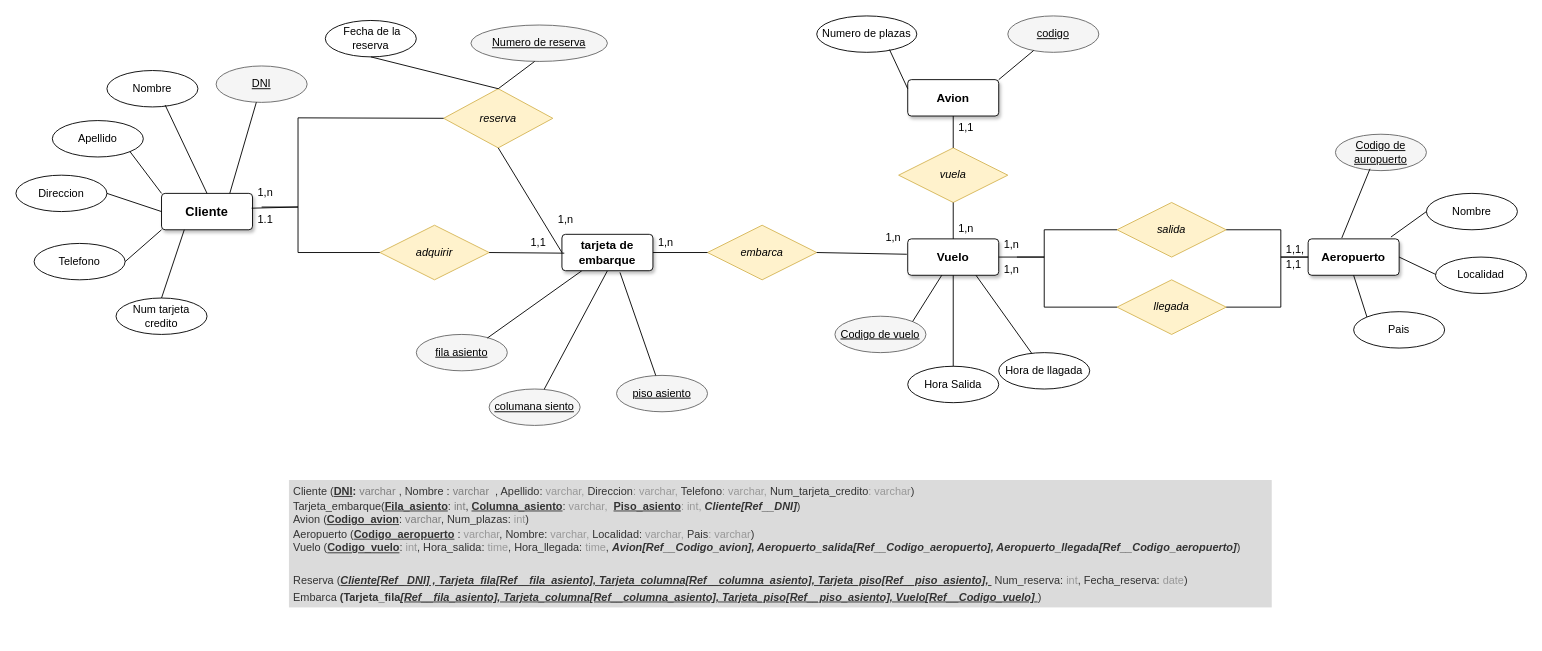
Above: Diagramas/Actividad_08_C3_ED12.drawio in jordimall/jmg-tsys-ta12diagramasER-drawio-111023 (draw.io), before the change. Source tidied: cells renumbered, new cells numbered last; positions are measured from the earlier drawing's top-left corner, leaving out a move shared by most shapes. Both pictures are drawn from the tidied source at 91%, with x=0, y=0 at pixel (15, 15).
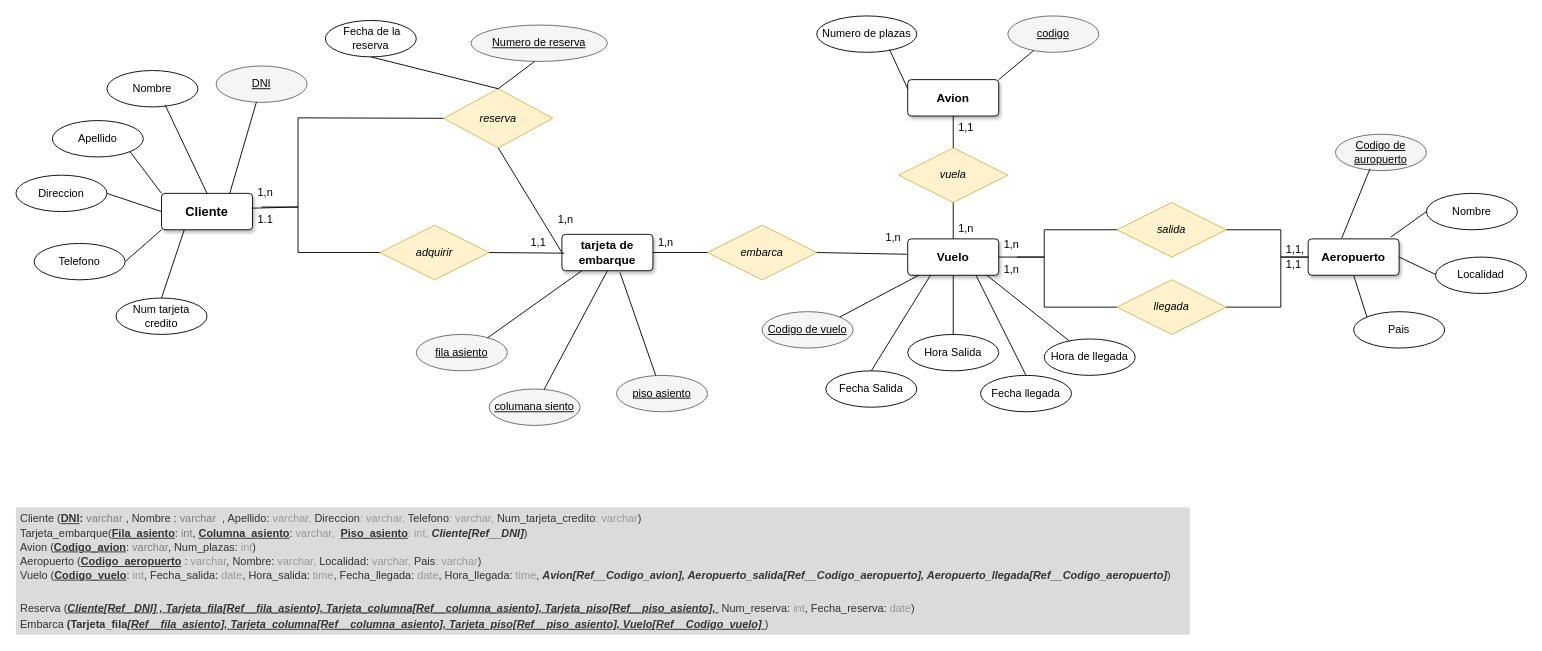
Above is the later version.

Commit message:
Actualizar clase vuelo Actividad_08_C3_ED12.drawio

The change refers to these unchanged cells:
```xml
<mxCell id="2" value="Vuelo" style="rounded=1;arcSize=10;whiteSpace=wrap;html=1;align=center;shadow=1;fontSize=13;fontStyle=1;" parent="1" vertex="1">
  <mxGeometry x="980" y="245" width="100" height="40" as="geometry" />
</mxCell>
```

What changed in the source:
```diff
@@
     <mxCell id="38" value="Codigo de vuelo" style="ellipse;whiteSpace=wrap;html=1;align=center;fontStyle=4;fillColor=#f5f5f5;strokeColor=#666666;" parent="1" vertex="1">
-      <mxGeometry x="900" y="330" width="100" height="40" as="geometry" />
+      <mxGeometry x="820" y="325" width="100" height="40" as="geometry" />
     </mxCell>
     <mxCell id="39" value="Hora Salida" style="ellipse;whiteSpace=wrap;html=1;align=center;" parent="1" vertex="1">
-      <mxGeometry x="980" y="385" width="100" height="40" as="geometry" />
+      <mxGeometry x="980" y="350" width="100" height="40" as="geometry" />
     </mxCell>
-    <mxCell id="40" value="Hora de llagada" style="ellipse;whiteSpace=wrap;html=1;align=center;" parent="1" vertex="1">
-      <mxGeometry x="1080" y="370" width="100" height="40" as="geometry" />
+    <mxCell id="40" value="Hora de llegada" style="ellipse;whiteSpace=wrap;html=1;align=center;" parent="1" vertex="1">
+      <mxGeometry x="1130" y="355" width="100" height="40" as="geometry" />
     </mxCell>
@@
-    <mxCell id="51" style="endArrow=none;html=1;rounded=0;entryX=0.75;entryY=1;entryDx=0;entryDy=0;" parent="1" edge="1" source="40" target="2">
+    <mxCell id="51" style="endArrow=none;html=1;rounded=0;entryX=0.87;entryY=1;entryDx=0;entryDy=0;entryPerimeter=0;" parent="1" edge="1" source="40" target="2">
       <mxGeometry relative="1" as="geometry" />
     </mxCell>
@@
-    <mxCell id="77" value="&lt;h1 style=&quot;line-height: 150%;&quot;&gt;&lt;div style=&quot;border-color: var(--border-color); font-size: 12px; line-height: 130%;&quot;&gt;&lt;font style=&quot;border-color: var(--border-color);&quot;&gt;&lt;span style=&quot;border-color: var(--border-color);&quot;&gt;&lt;span style=&quot;border-color: var(--border-color);&quot;&gt;&lt;span style=&quot;font-weight: 400;&quot;&gt;Cliente (&lt;/span&gt;&lt;u style=&quot;&quot;&gt;DNI&lt;/u&gt;&lt;/span&gt;&lt;span style=&quot;border-color: var(--border-color);&quot;&gt;:&lt;/span&gt;&lt;font style=&quot;font-weight: 400; border-color: var(--border-color);&quot; color=&quot;#808080&quot;&gt;&amp;nbsp;varchar&lt;/font&gt;&lt;span style=&quot;font-weight: 400;&quot;&gt;&amp;nbsp;, Nombre : &lt;font color=&quot;#808080&quot;&gt;varchar&lt;/font&gt;&lt;/span&gt;&lt;span style=&quot;font-weight: 400;&quot;&gt;&amp;nbsp; , Apellido: &lt;font color=&quot;#999999&quot;&gt;varchar, &lt;/font&gt;Direccion&lt;font color=&quot;#999999&quot;&gt;: varchar, &lt;/font&gt;Telefono&lt;font color=&quot;#999999&quot;&gt;: varchar, &lt;/font&gt;Num_tarjeta_credito&lt;font color=&quot;#999999&quot;&gt;: varchar&lt;/font&gt;&lt;/span&gt;&lt;span style=&quot;font-weight: 400;&quot;&gt;)&lt;/span&gt;&lt;br&gt;&lt;/span&gt;&lt;/font&gt;&lt;/div&gt;&lt;div style=&quot;border-color: var(--border-color); font-size: 12px; line-height: 130%;&quot;&gt;&lt;font style=&quot;border-color: var(--border-color);&quot;&gt;&lt;span style=&quot;border-color: var(--border-color);&quot;&gt;&lt;span style=&quot;border-color: var(--border-color);&quot;&gt;&lt;span style=&quot;font-weight: 400;&quot;&gt;Tarjeta_embarque(&lt;/span&gt;&lt;u&gt;Fila_asiento&lt;/u&gt;&lt;/span&gt;&lt;span style=&quot;font-weight: 400; border-color: var(--border-color);&quot;&gt;: &lt;font color=&quot;#808080&quot;&gt;int&lt;/font&gt;&lt;/span&gt;&lt;span style=&quot;border-color: var(--border-color);&quot;&gt;&lt;span style=&quot;font-weight: 400;&quot;&gt;, &lt;/span&gt;&lt;u&gt;Columna_asiento&lt;/u&gt;&lt;span style=&quot;font-weight: 400;&quot;&gt;: &lt;/span&gt;&lt;font style=&quot;font-weight: 400;&quot; color=&quot;#999999&quot;&gt;varchar,&amp;nbsp; &lt;/font&gt;&lt;u&gt;Piso_asiento&lt;/u&gt;&lt;font style=&quot;font-weight: 400;&quot; color=&quot;#999999&quot;&gt;: int, &lt;/font&gt;&lt;i style=&quot;&quot;&gt;Cliente[Ref__DNI]&lt;/i&gt;&lt;/span&gt;&lt;span style=&quot;border-color: var(--border-color);&quot;&gt;&lt;span style=&quot;font-weight: 400;&quot;&gt;)&amp;nbsp;&lt;/span&gt;&lt;/span&gt;&lt;/span&gt;&lt;/font&gt;&lt;/div&gt;&lt;div style=&quot;border-color: var(--border-color); font-size: 12px; line-height: 130%;&quot;&gt;&lt;font style=&quot;border-color: var(--border-color);&quot;&gt;&lt;span style=&quot;border-color: var(--border-color);&quot;&gt;&lt;span style=&quot;font-weight: 400;&quot;&gt;Avion (&lt;/span&gt;&lt;u&gt;Codigo_avion&lt;/u&gt;&lt;/span&gt;&lt;span style=&quot;font-weight: 400;&quot;&gt;: &lt;font color=&quot;#808080&quot;&gt;varchar&lt;/font&gt;&lt;/span&gt;&lt;b style=&quot;font-weight: 400; border-color: var(--border-color);&quot;&gt;,&lt;/b&gt;&lt;span style=&quot;font-weight: 400;&quot;&gt;&amp;nbsp;Num_plazas: &lt;font color=&quot;#999999&quot;&gt;int&lt;/font&gt;&lt;/span&gt;&lt;span style=&quot;font-weight: 400;&quot;&gt;)&amp;nbsp;&lt;/span&gt;&lt;/font&gt;&lt;/div&gt;&lt;div style=&quot;border-color: var(--border-color); font-size: 12px; line-height: 130%;&quot;&gt;&lt;span style=&quot;background-color: initial; font-weight: 400; border-color: var(--border-color);&quot;&gt;Aeropuerto (&lt;/span&gt;&lt;span style=&quot;background-color: initial; border-color: var(--border-color);&quot;&gt;&lt;u&gt;Codigo_aeropuerto&lt;/u&gt;&lt;/span&gt;&lt;span style=&quot;background-color: initial; font-weight: 400; border-color: var(--border-color);&quot;&gt;&amp;nbsp;:&lt;font color=&quot;#999999&quot;&gt;&amp;nbsp;varchar&lt;/font&gt;, Nombre:&lt;font color=&quot;#999999&quot;&gt;&amp;nbsp;varchar, &lt;/font&gt;Localidad:&lt;font color=&quot;#999999&quot;&gt;&amp;nbsp;varchar, &lt;/font&gt;Pais&lt;font color=&quot;#999999&quot;&gt;: varchar&lt;/font&gt;&lt;/span&gt;&lt;span style=&quot;background-color: initial;&quot;&gt;&lt;span style=&quot;font-weight: 400;&quot;&gt;)&lt;/span&gt;&lt;i style=&quot;&quot;&gt;&lt;font style=&quot;&quot; color=&quot;#000000&quot;&gt;&amp;nbsp;&lt;/font&gt;&lt;/i&gt;&lt;/span&gt;&lt;/div&gt;&lt;div style=&quot;border-color: var(--border-color); font-size: 12px; line-height: 130%;&quot;&gt;&lt;span style=&quot;background-color: initial; font-weight: 400;&quot;&gt;Vuelo (&lt;/span&gt;&lt;span style=&quot;background-color: initial;&quot;&gt;&lt;u&gt;Codigo_vuelo&lt;/u&gt;&lt;/span&gt;&lt;span style=&quot;background-color: initial; font-weight: 400;&quot;&gt;: &lt;font color=&quot;#999999&quot;&gt;int&lt;/font&gt;, Hora_salida: &lt;font color=&quot;#999999&quot;&gt;time&lt;/font&gt;, Hora_llegada: &lt;font color=&quot;#999999&quot;&gt;time&lt;/font&gt;, &lt;/span&gt;&lt;span style=&quot;background-color: initial;&quot;&gt;&lt;i&gt;Avion[Ref__Codigo_avion], Aeropuerto_salida[Ref__Codigo_aeropuerto], Aeropuerto_llegada[Ref__Codigo_aeropuerto]&lt;/i&gt;&lt;/span&gt;&lt;span style=&quot;background-color: initial; font-weight: 400;&quot;&gt;)&lt;/span&gt;&lt;/div&gt;&lt;div style=&quot;border-color: var(--border-color); font-weight: 400; font-size: 12px; line-height: 150%;&quot;&gt;&lt;/div&gt;&lt;span style=&quot;border-color: var(--border-color); font-size: 12px;&quot;&gt;&lt;div style=&quot;border-color: var(--border-color); line-height: 150%;&quot;&gt;&lt;font style=&quot;border-color: var(--border-color);&quot;&gt;&lt;b style=&quot;font-style: normal; font-weight: 400; border-color: var(--border-color);&quot;&gt;&lt;br&gt;&lt;/b&gt;&lt;/font&gt;&lt;/div&gt;&lt;div style=&quot;border-color: var(--border-color); line-height: 150%;&quot;&gt;&lt;font style=&quot;border-color: var(--border-color);&quot;&gt;&lt;b style=&quot;font-style: normal; font-weight: 400; border-color: var(--border-color);&quot;&gt;Reserva (&lt;/b&gt;&lt;span style=&quot;border-color: var(--border-color);&quot;&gt;&lt;i&gt;&lt;u&gt;Cliente&lt;/u&gt;&lt;/i&gt;&lt;/span&gt;&lt;/font&gt;&lt;span style=&quot;font-weight: 400; background-color: initial; border-color: var(--border-color);&quot;&gt;&lt;b style=&quot;border-color: var(--border-color);&quot;&gt;&lt;u style=&quot;&quot;&gt;&lt;i&gt;[Ref_ DNI] , Tarjeta_fila[Ref__fila_asiento], Tarjeta_columna[Ref__columna_asiento], Tarjeta_piso[Ref__piso_asiento],&amp;nbsp;&lt;/i&gt;&lt;/u&gt;&lt;/b&gt;&lt;/span&gt;&lt;span style=&quot;font-weight: 400; background-color: initial;&quot;&gt;&amp;nbsp;Num_reserva: &lt;font color=&quot;#999999&quot;&gt;int&lt;/font&gt;, Fecha_reserva: &lt;font color=&quot;#999999&quot;&gt;date&lt;/font&gt;&lt;/span&gt;&lt;span style=&quot;font-style: normal; font-weight: 400; background-color: initial;&quot;&gt;)&lt;/span&gt;&lt;/div&gt;&lt;div style=&quot;border-color: var(--border-color); line-height: 150%;&quot;&gt;&lt;span style=&quot;font-style: normal;&quot;&gt;&lt;span style=&quot;font-weight: normal;&quot;&gt;Embarca&amp;nbsp;&lt;/span&gt;(Tarjeta_fila&lt;/span&gt;&lt;span style=&quot;background-color: initial; font-weight: normal; border-color: var(--border-color);&quot;&gt;&lt;span style=&quot;border-color: var(--border-color); background-color: initial;&quot;&gt;&lt;i&gt;&lt;b style=&quot;text-decoration-line: underline; border-color: var(--border-color);&quot;&gt;[Ref__fila_asiento], Tarjeta_columna[Ref__columna_asiento], Tarjeta_piso[Ref__piso_asiento], Vuelo&lt;/b&gt;&lt;b style=&quot;text-decoration-line: underline; border-color: var(--border-color);&quot;&gt;[Ref__Codigo_vuelo]&lt;/b&gt;&lt;/i&gt;&lt;/span&gt;&lt;span style=&quot;text-decoration-line: underline; font-style: normal; border-color: var(--border-color); background-color: initial;&quot;&gt;&amp;nbsp;&lt;/span&gt;&lt;/span&gt;&lt;span style=&quot;font-style: normal; background-color: initial; font-weight: normal;&quot;&gt;)&amp;nbsp;&lt;/span&gt;&lt;/div&gt;&lt;/span&gt;&lt;/h1&gt;" style="text;html=1;strokeColor=none;fillColor=#dbdbdb;spacing=5;spacingTop=-20;whiteSpace=wrap;overflow=hidden;rounded=0;fontColor=#333333;" parent="1" vertex="1">
-      <mxGeometry x="300" y="510" width="1080" height="140" as="geometry" />
+    <mxCell id="77" value="&lt;h1 style=&quot;line-height: 150%;&quot;&gt;&lt;div style=&quot;border-color: var(--border-color); font-size: 12px; line-height: 130%;&quot;&gt;&lt;font style=&quot;border-color: var(--border-color);&quot;&gt;&lt;span style=&quot;border-color: var(--border-color);&quot;&gt;&lt;span style=&quot;border-color: var(--border-color);&quot;&gt;&lt;span style=&quot;font-weight: 400;&quot;&gt;Cliente (&lt;/span&gt;&lt;u style=&quot;&quot;&gt;DNI&lt;/u&gt;&lt;/span&gt;&lt;span style=&quot;border-color: var(--border-color);&quot;&gt;:&lt;/span&gt;&lt;font style=&quot;font-weight: 400; border-color: var(--border-color);&quot; color=&quot;#808080&quot;&gt;&amp;nbsp;varchar&lt;/font&gt;&lt;span style=&quot;font-weight: 400;&quot;&gt;&amp;nbsp;, Nombre : &lt;font color=&quot;#808080&quot;&gt;varchar&lt;/font&gt;&lt;/span&gt;&lt;span style=&quot;font-weight: 400;&quot;&gt;&amp;nbsp; , Apellido: &lt;font color=&quot;#999999&quot;&gt;varchar, &lt;/font&gt;Direccion&lt;font color=&quot;#999999&quot;&gt;: varchar, &lt;/font&gt;Telefono&lt;font color=&quot;#999999&quot;&gt;: varchar, &lt;/font&gt;Num_tarjeta_credito&lt;font color=&quot;#999999&quot;&gt;: varchar&lt;/font&gt;&lt;/span&gt;&lt;span style=&quot;font-weight: 400;&quot;&gt;)&lt;/span&gt;&lt;br&gt;&lt;/span&gt;&lt;/font&gt;&lt;/div&gt;&lt;div style=&quot;border-color: var(--border-color); font-size: 12px; line-height: 130%;&quot;&gt;&lt;font style=&quot;border-color: var(--border-color);&quot;&gt;&lt;span style=&quot;border-color: var(--border-color);&quot;&gt;&lt;span style=&quot;border-color: var(--border-color);&quot;&gt;&lt;span style=&quot;font-weight: 400;&quot;&gt;Tarjeta_embarque(&lt;/span&gt;&lt;u&gt;Fila_asiento&lt;/u&gt;&lt;/span&gt;&lt;span style=&quot;font-weight: 400; border-color: var(--border-color);&quot;&gt;: &lt;font color=&quot;#808080&quot;&gt;int&lt;/font&gt;&lt;/span&gt;&lt;span style=&quot;border-color: var(--border-color);&quot;&gt;&lt;span style=&quot;font-weight: 400;&quot;&gt;, &lt;/span&gt;&lt;u&gt;Columna_asiento&lt;/u&gt;&lt;span style=&quot;font-weight: 400;&quot;&gt;: &lt;/span&gt;&lt;font style=&quot;font-weight: 400;&quot; color=&quot;#999999&quot;&gt;varchar,&amp;nbsp; &lt;/font&gt;&lt;u&gt;Piso_asiento&lt;/u&gt;&lt;font style=&quot;font-weight: 400;&quot; color=&quot;#999999&quot;&gt;: int, &lt;/font&gt;&lt;i style=&quot;&quot;&gt;Cliente[Ref__DNI]&lt;/i&gt;&lt;/span&gt;&lt;span style=&quot;border-color: var(--border-color);&quot;&gt;&lt;span style=&quot;font-weight: 400;&quot;&gt;)&amp;nbsp;&lt;/span&gt;&lt;/span&gt;&lt;/span&gt;&lt;/font&gt;&lt;/div&gt;&lt;div style=&quot;border-color: var(--border-color); font-size: 12px; line-height: 130%;&quot;&gt;&lt;font style=&quot;border-color: var(--border-color);&quot;&gt;&lt;span style=&quot;border-color: var(--border-color);&quot;&gt;&lt;span style=&quot;font-weight: 400;&quot;&gt;Avion (&lt;/span&gt;&lt;u&gt;Codigo_avion&lt;/u&gt;&lt;/span&gt;&lt;span style=&quot;font-weight: 400;&quot;&gt;: &lt;font color=&quot;#808080&quot;&gt;varchar&lt;/font&gt;&lt;/span&gt;&lt;b style=&quot;font-weight: 400; border-color: var(--border-color);&quot;&gt;,&lt;/b&gt;&lt;span style=&quot;font-weight: 400;&quot;&gt;&amp;nbsp;Num_plazas: &lt;font color=&quot;#999999&quot;&gt;int&lt;/font&gt;&lt;/span&gt;&lt;span style=&quot;font-weight: 400;&quot;&gt;)&amp;nbsp;&lt;/span&gt;&lt;/font&gt;&lt;/div&gt;&lt;div style=&quot;border-color: var(--border-color); font-size: 12px; line-height: 130%;&quot;&gt;&lt;span style=&quot;background-color: initial; font-weight: 400; border-color: var(--border-color);&quot;&gt;Aeropuerto (&lt;/span&gt;&lt;span style=&quot;background-color: initial; border-color: var(--border-color);&quot;&gt;&lt;u&gt;Codigo_aeropuerto&lt;/u&gt;&lt;/span&gt;&lt;span style=&quot;background-color: initial; font-weight: 400; border-color: var(--border-color);&quot;&gt;&amp;nbsp;:&lt;font color=&quot;#999999&quot;&gt;&amp;nbsp;varchar&lt;/font&gt;, Nombre:&lt;font color=&quot;#999999&quot;&gt;&amp;nbsp;varchar, &lt;/font&gt;Localidad:&lt;font color=&quot;#999999&quot;&gt;&amp;nbsp;varchar, &lt;/font&gt;Pais&lt;font color=&quot;#999999&quot;&gt;: varchar&lt;/font&gt;&lt;/span&gt;&lt;span style=&quot;background-color: initial;&quot;&gt;&lt;span style=&quot;font-weight: 400;&quot;&gt;)&lt;/span&gt;&lt;i style=&quot;&quot;&gt;&lt;font style=&quot;&quot; color=&quot;#000000&quot;&gt;&amp;nbsp;&lt;/font&gt;&lt;/i&gt;&lt;/span&gt;&lt;/div&gt;&lt;div style=&quot;border-color: var(--border-color); font-size: 12px; line-height: 130%;&quot;&gt;&lt;span style=&quot;background-color: initial; font-weight: 400;&quot;&gt;Vuelo (&lt;/span&gt;&lt;span style=&quot;background-color: initial;&quot;&gt;&lt;u&gt;Codigo_vuelo&lt;/u&gt;&lt;/span&gt;&lt;span style=&quot;background-color: initial; font-weight: 400;&quot;&gt;: &lt;font color=&quot;#999999&quot;&gt;int&lt;/font&gt;, Fecha_salida: &lt;font color=&quot;#999999&quot;&gt;date&lt;/font&gt;, Hora_salida: &lt;font color=&quot;#999999&quot;&gt;time&lt;/font&gt;, Fecha_llegada: &lt;font color=&quot;#999999&quot;&gt;date&lt;/font&gt;, Hora_llegada: &lt;font color=&quot;#999999&quot;&gt;time&lt;/font&gt;, &lt;/span&gt;&lt;span style=&quot;background-color: initial;&quot;&gt;&lt;i&gt;Avion[Ref__Codigo_avion], Aeropuerto_salida[Ref__Codigo_aeropuerto], Aeropuerto_llegada[Ref__Codigo_aeropuerto]&lt;/i&gt;&lt;/span&gt;&lt;span style=&quot;background-color: initial; font-weight: 400;&quot;&gt;)&lt;/span&gt;&lt;/div&gt;&lt;div style=&quot;border-color: var(--border-color); font-weight: 400; font-size: 12px; line-height: 150%;&quot;&gt;&lt;/div&gt;&lt;span style=&quot;border-color: var(--border-color); font-size: 12px;&quot;&gt;&lt;div style=&quot;border-color: var(--border-color); line-height: 150%;&quot;&gt;&lt;font style=&quot;border-color: var(--border-color);&quot;&gt;&lt;b style=&quot;font-style: normal; font-weight: 400; border-color: var(--border-color);&quot;&gt;&lt;br&gt;&lt;/b&gt;&lt;/font&gt;&lt;/div&gt;&lt;div style=&quot;border-color: var(--border-color); line-height: 150%;&quot;&gt;&lt;font style=&quot;border-color: var(--border-color);&quot;&gt;&lt;b style=&quot;font-style: normal; font-weight: 400; border-color: var(--border-color);&quot;&gt;Reserva (&lt;/b&gt;&lt;span style=&quot;border-color: var(--border-color);&quot;&gt;&lt;i&gt;&lt;u&gt;Cliente&lt;/u&gt;&lt;/i&gt;&lt;/span&gt;&lt;/font&gt;&lt;span style=&quot;font-weight: 400; background-color: initial; border-color: var(--border-color);&quot;&gt;&lt;b style=&quot;border-color: var(--border-color);&quot;&gt;&lt;u style=&quot;&quot;&gt;&lt;i&gt;[Ref_ DNI] , Tarjeta_fila[Ref__fila_asiento], Tarjeta_columna[Ref__columna_asiento], Tarjeta_piso[Ref__piso_asiento],&amp;nbsp;&lt;/i&gt;&lt;/u&gt;&lt;/b&gt;&lt;/span&gt;&lt;span style=&quot;font-weight: 400; background-color: initial;&quot;&gt;&amp;nbsp;Num_reserva: &lt;font color=&quot;#999999&quot;&gt;int&lt;/font&gt;, Fecha_reserva: &lt;font color=&quot;#999999&quot;&gt;date&lt;/font&gt;&lt;/span&gt;&lt;span style=&quot;font-style: normal; font-weight: 400; background-color: initial;&quot;&gt;)&lt;/span&gt;&lt;/div&gt;&lt;div style=&quot;border-color: var(--border-color); line-height: 150%;&quot;&gt;&lt;span style=&quot;font-style: normal;&quot;&gt;&lt;span style=&quot;font-weight: normal;&quot;&gt;Embarca&amp;nbsp;&lt;/span&gt;(Tarjeta_fila&lt;/span&gt;&lt;span style=&quot;background-color: initial; font-weight: normal; border-color: var(--border-color);&quot;&gt;&lt;span style=&quot;border-color: var(--border-color); background-color: initial;&quot;&gt;&lt;i&gt;&lt;b style=&quot;text-decoration-line: underline; border-color: var(--border-color);&quot;&gt;[Ref__fila_asiento], Tarjeta_columna[Ref__columna_asiento], Tarjeta_piso[Ref__piso_asiento], Vuelo&lt;/b&gt;&lt;b style=&quot;text-decoration-line: underline; border-color: var(--border-color);&quot;&gt;[Ref__Codigo_vuelo]&lt;/b&gt;&lt;/i&gt;&lt;/span&gt;&lt;span style=&quot;text-decoration-line: underline; font-style: normal; border-color: var(--border-color); background-color: initial;&quot;&gt;&amp;nbsp;&lt;/span&gt;&lt;/span&gt;&lt;span style=&quot;font-style: normal; background-color: initial; font-weight: normal;&quot;&gt;)&amp;nbsp;&lt;/span&gt;&lt;/div&gt;&lt;/span&gt;&lt;/h1&gt;" style="text;html=1;strokeColor=none;fillColor=#dbdbdb;spacing=5;spacingTop=-20;whiteSpace=wrap;overflow=hidden;rounded=0;fontColor=#333333;" parent="1" vertex="1">
+      <mxGeometry y="540" width="1290" height="140" as="geometry" />
     </mxCell>
+    <mxCell id="78" value="Fecha Salida" style="ellipse;whiteSpace=wrap;html=1;align=center;" parent="1" vertex="1">
+      <mxGeometry x="890" y="390" width="100" height="40" as="geometry" />
+    </mxCell>
+    <mxCell id="79" style="endArrow=none;html=1;rounded=0;exitX=0.5;exitY=0;exitDx=0;exitDy=0;entryX=0.25;entryY=1;entryDx=0;entryDy=0;" parent="1" edge="1" source="78" target="2">
+      <mxGeometry relative="1" as="geometry" />
+    </mxCell>
+    <mxCell id="80" value="Fecha llegada" style="ellipse;whiteSpace=wrap;html=1;align=center;" parent="1" vertex="1">
+      <mxGeometry x="1060" y="395" width="100" height="40" as="geometry" />
+    </mxCell>
+    <mxCell id="81" style="endArrow=none;html=1;rounded=0;exitX=0.5;exitY=0;exitDx=0;exitDy=0;entryX=0.75;entryY=1;entryDx=0;entryDy=0;" parent="1" edge="1" source="80" target="2">
+      <mxGeometry relative="1" as="geometry" />
+    </mxCell>
```
